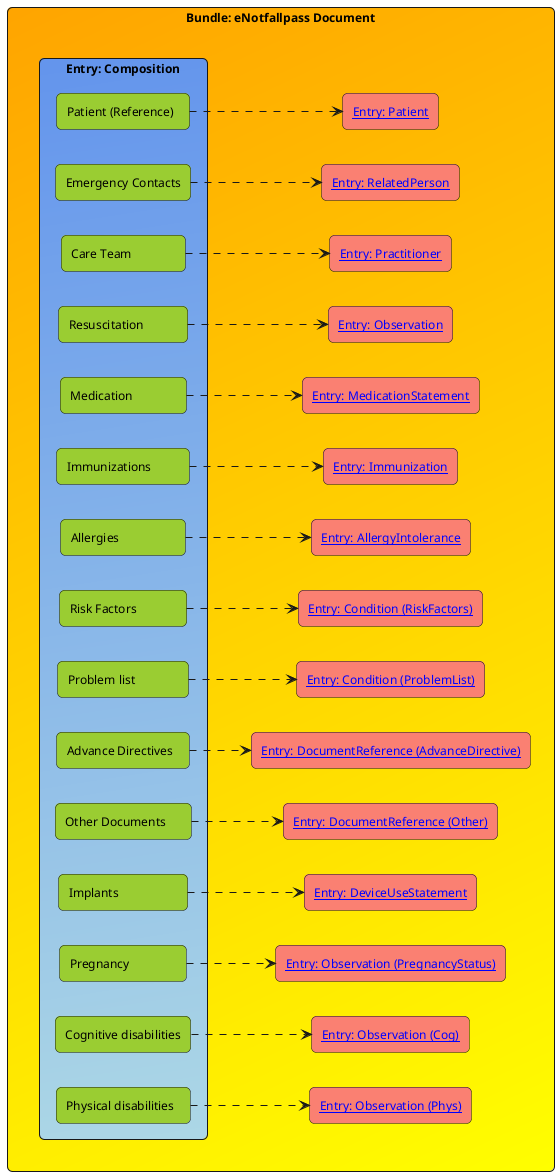
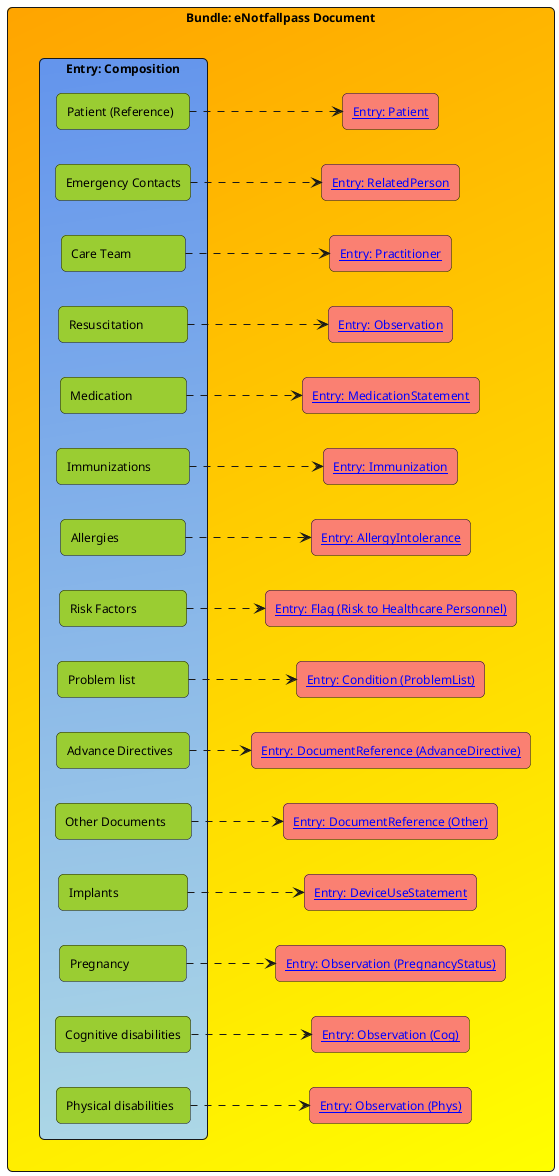
@startuml
skinparam shadowing false
skinparam rectangle {
  roundCorner 10
}
skinparam defaultFontSize 12

left to right direction

rectangle "**Bundle: eNotfallpass Document**" as Bundle #orange/yellow {

  together {
    rectangle "**Entry: Composition**" as Comp #cornflowerblue/lightblue {
      rectangle "Patient (Reference)  " as PatRef #yellowgreen
      rectangle "Emergency Contacts" as SecContact #yellowgreen
      rectangle "Care Team              " as SecCare #yellowgreen
      rectangle "Resuscitation           " as SecRes #yellowgreen
      rectangle "Medication              " as SecMed #yellowgreen
      rectangle "Immunizations         " as SecImm #yellowgreen
      rectangle "Allergies                  " as SecAllergy #yellowgreen
      rectangle "Risk Factors             " as SecRisk #yellowgreen
      rectangle "Problem list              " as SecDiag #yellowgreen
      rectangle "Advance Directives  " as SecAD #yellowgreen
      rectangle "Other Documents     " as SecOther #yellowgreen
      rectangle "Implants                   " as SecImpl #yellowgreen
      rectangle "Pregnancy               " as SecPreg #yellowgreen
      rectangle "Cognitive disabilities" as SecCogDis #yellowgreen
      rectangle "Physical disabilities  " as SecPhyDis #yellowgreen
    }
  }

  together {
    rectangle "[[http://fhir.ch/ig/ch-ips/StructureDefinition-ch-ips-patient.html Entry: Patient]]" as E1 #salmon
    rectangle "[[StructureDefinition-ch-emr-relatedperson.html Entry: RelatedPerson]]" as E2 #salmon
    rectangle "[[http://fhir.ch/ig/ch-ips/StructureDefinition-ch-ips-practitioner.html Entry: Practitioner]]" as E3 #salmon
    rectangle "[[StructureDefinition-ch-emr-observation-resuscitation-status.html Entry: Observation]]" as E4 #salmon
    rectangle "[[StructureDefinition-ch-emr-medicationstatement.html Entry: MedicationStatement]]" as E5 #salmon
    rectangle "[[http://fhir.ch/ig/ch-ips/StructureDefinition-ch-ips-immunization.html Entry: Immunization]]" as E6 #salmon
    rectangle "[[http://fhir.ch/ig/ch-ips/StructureDefinition-ch-ips-allergyintolerance.html Entry: AllergyIntolerance]]" as E7 #salmon
-     rectangle "[[StructureDefinition-ch-emr-condition-riskFactors.html Entry: Condition (RiskFactors)]]" as E8 #salmon
+     rectangle "[[StructureDefinition-ch-emr-flag-risk-to-healthcare-personnel.html Entry: Flag (Risk to Healthcare Personnel)]]" as E8 #salmon
    rectangle "[[http://fhir.ch/ig/ch-ips/StructureDefinition-ch-ips-condition.html Entry: Condition (ProblemList)]]" as E9 #salmon
    rectangle "[[StructureDefinition-ch-emr-documentreference-advance-directive.html Entry: DocumentReference (AdvanceDirective)]]" as E10 #salmon
    rectangle "[[StructureDefinition-ch-emr-documentreference.html Entry: DocumentReference (Other)]]" as E11 #salmon
    rectangle "[[StructureDefinition-ch-emr-deviceusestatement.html Entry: DeviceUseStatement]]" as E12 #salmon
    rectangle "[[http://hl7.org/fhir/uv/ips/StructureDefinition-Observation-pregnancy-status-uv-ips.html Entry: Observation (PregnancyStatus)]]" as E13 #salmon
    rectangle "[[StructureDefinition-ch-emr-observation-cognitive-disability.html Entry: Observation (Cog)]]" as E14 #salmon
    rectangle "[[StructureDefinition-ch-emr-observation-physical-disability.html Entry: Observation (Phys)]]" as E15 #salmon
  }
}

PatRef ..> E1
SecContact ..> E2
SecCare ..> E3
SecRes ..> E4
SecMed ..> E5
SecImm ..> E6
SecAllergy ..> E7
SecRisk ..> E8
SecDiag ..> E9
SecAD ..> E10
SecOther ..> E11
SecImpl ..> E12
SecPreg ..> E13
SecCogDis ..> E14
SecPhyDis ..> E15

@enduml
